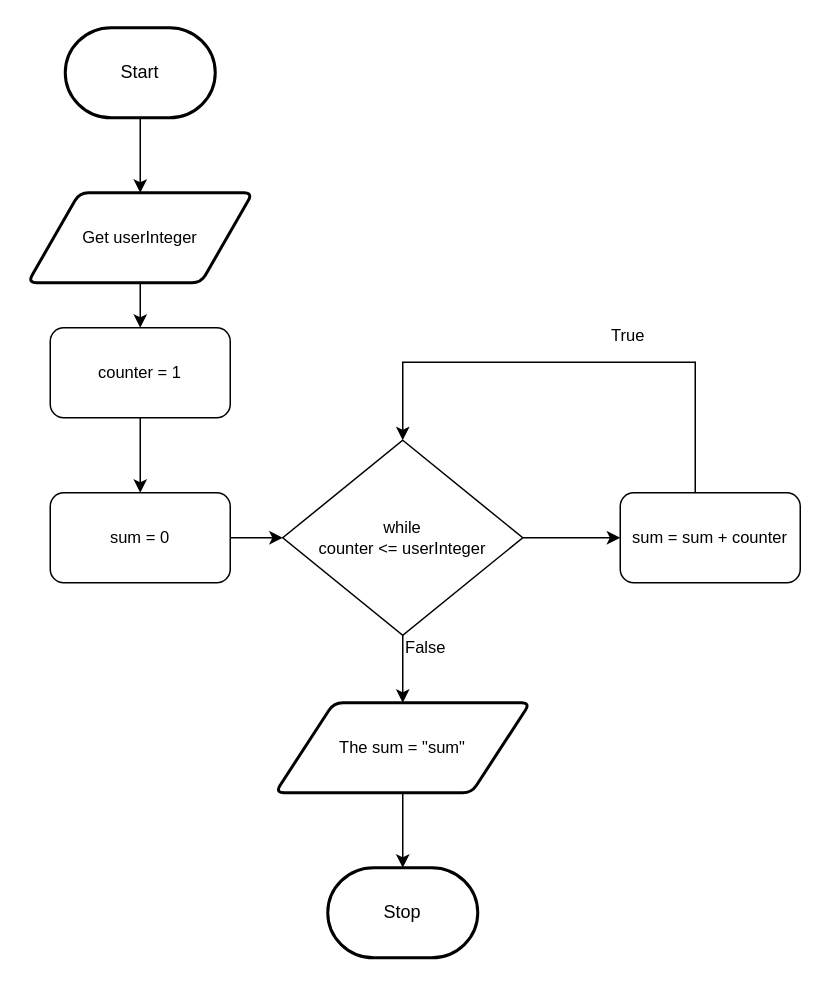
The draw.io diagram design/flowchart.drawio in MTHS-ICD2O-1-2024/ICD2O-Unit-5-07-Olivia-Ten-Den, before the edit. Source tidied: cells renumbered, new cells numbered last; positions are measured from the earlier drawing's top-left corner, leaving out a move shared by most shapes. Both pictures are drawn from the tidied source at 150%, with x=0, y=0 at pixel (27, 27).
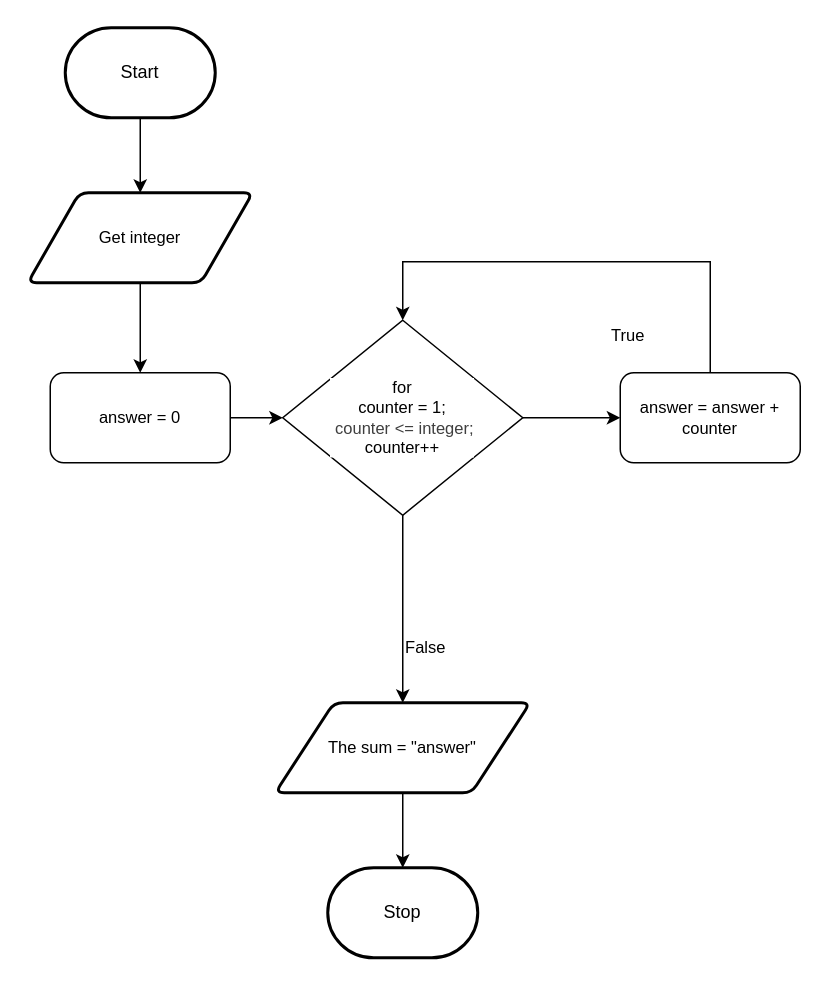
After the change.

Change to the diagram source:
```diff
@@
-    <mxCell id="5" style="edgeStyle=orthogonalEdgeStyle;shape=connector;rounded=0;html=1;strokeColor=default;align=center;verticalAlign=middle;fontFamily=Helvetica;fontSize=11;fontColor=default;labelBackgroundColor=default;endArrow=classic;" parent="1" edge="1" source="6" target="11">
-      <mxGeometry relative="1" as="geometry" />
-    </mxCell>
+    <mxCell id="20" style="edgeStyle=none;html=1;" parent="1" edge="1" source="6" target="13">
+      <mxGeometry relative="1" as="geometry" />
+    </mxCell>
-    <mxCell id="6" value="Get userInteger" style="shape=parallelogram;html=1;strokeWidth=2;perimeter=parallelogramPerimeter;whiteSpace=wrap;rounded=1;arcSize=12;size=0.23;fontFamily=Helvetica;fontSize=11;fontColor=default;labelBackgroundColor=default;" parent="1" vertex="1">
+    <mxCell id="6" value="Get integer" style="shape=parallelogram;html=1;strokeWidth=2;perimeter=parallelogramPerimeter;whiteSpace=wrap;rounded=1;arcSize=12;size=0.23;fontFamily=Helvetica;fontSize=11;fontColor=default;labelBackgroundColor=default;" parent="1" vertex="1">
       <mxGeometry y="110" width="150" height="60" as="geometry" />
     </mxCell>
@@
-    <mxCell id="9" value="while&lt;div&gt;counter &amp;lt;= userInteger&lt;/div&gt;" style="rhombus;whiteSpace=wrap;html=1;fontFamily=Helvetica;fontSize=11;fontColor=default;labelBackgroundColor=default;" parent="1" vertex="1">
-      <mxGeometry x="170" y="275" width="160" height="130" as="geometry" />
+    <mxCell id="9" value="for&lt;div&gt;&lt;font color=&quot;#000000&quot;&gt;counter = 1;&lt;/font&gt;&lt;/div&gt;&lt;div&gt;&lt;font color=&quot;#000000&quot;&gt;&amp;nbsp;&lt;/font&gt;&lt;span style=&quot;color: rgb(63, 63, 63); background-color: light-dark(#ffffff, var(--ge-dark-color, #121212));&quot;&gt;counter &amp;lt;= integer;&lt;/span&gt;&lt;/div&gt;&lt;div&gt;counter++&lt;/div&gt;" style="rhombus;whiteSpace=wrap;html=1;fontFamily=Helvetica;fontSize=11;fontColor=default;labelBackgroundColor=default;" parent="1" vertex="1">
+      <mxGeometry x="170" y="195" width="160" height="130" as="geometry" />
     </mxCell>
-    <mxCell id="10" style="edgeStyle=orthogonalEdgeStyle;shape=connector;rounded=0;html=1;strokeColor=default;align=center;verticalAlign=middle;fontFamily=Helvetica;fontSize=11;fontColor=default;labelBackgroundColor=default;endArrow=classic;" parent="1" edge="1" source="11" target="13">
-      <mxGeometry relative="1" as="geometry" />
-    </mxCell>
-    <mxCell id="11" value="counter = 1" style="rounded=1;whiteSpace=wrap;html=1;fontFamily=Helvetica;fontSize=11;fontColor=default;labelBackgroundColor=default;" parent="1" vertex="1">
-      <mxGeometry x="15" y="200" width="120" height="60" as="geometry" />
-    </mxCell>
@@
-    <mxCell id="13" value="sum = 0" style="rounded=1;whiteSpace=wrap;html=1;fontFamily=Helvetica;fontSize=11;fontColor=default;labelBackgroundColor=default;" parent="1" vertex="1">
-      <mxGeometry x="15" y="310" width="120" height="60" as="geometry" />
+    <mxCell id="13" value="answer = 0" style="rounded=1;whiteSpace=wrap;html=1;fontFamily=Helvetica;fontSize=11;fontColor=default;labelBackgroundColor=default;" parent="1" vertex="1">
+      <mxGeometry x="15" y="230" width="120" height="60" as="geometry" />
     </mxCell>
     <mxCell id="14" style="edgeStyle=orthogonalEdgeStyle;shape=connector;rounded=0;html=1;strokeColor=default;align=center;verticalAlign=middle;fontFamily=Helvetica;fontSize=11;fontColor=default;labelBackgroundColor=default;endArrow=classic;entryX=0.5;entryY=0;entryDx=0;entryDy=0;" parent="1" edge="1" source="15" target="9">
       <mxGeometry relative="1" as="geometry">
         <Array as="points">
-          <mxPoint x="445" y="223" />
-          <mxPoint x="250" y="223" />
+          <mxPoint x="455" y="156" />
+          <mxPoint x="250" y="156" />
         </Array>
       </mxGeometry>
     </mxCell>
-    <mxCell id="15" value="sum = sum + counter" style="rounded=1;whiteSpace=wrap;html=1;fontFamily=Helvetica;fontSize=11;fontColor=default;labelBackgroundColor=default;" parent="1" vertex="1">
-      <mxGeometry x="395" y="310" width="120" height="60" as="geometry" />
+    <mxCell id="15" value="answer = answer + counter" style="rounded=1;whiteSpace=wrap;html=1;fontFamily=Helvetica;fontSize=11;fontColor=default;labelBackgroundColor=default;" parent="1" vertex="1">
+      <mxGeometry x="395" y="230" width="120" height="60" as="geometry" />
     </mxCell>
@@
-    <mxCell id="18" value="The sum = &quot;sum&quot;" style="shape=parallelogram;html=1;strokeWidth=2;perimeter=parallelogramPerimeter;whiteSpace=wrap;rounded=1;arcSize=12;size=0.23;fontFamily=Helvetica;fontSize=11;fontColor=default;labelBackgroundColor=default;" parent="1" vertex="1">
+    <mxCell id="18" value="The sum = &quot;answer&quot;" style="shape=parallelogram;html=1;strokeWidth=2;perimeter=parallelogramPerimeter;whiteSpace=wrap;rounded=1;arcSize=12;size=0.23;fontFamily=Helvetica;fontSize=11;fontColor=default;labelBackgroundColor=default;" parent="1" vertex="1">
       <mxGeometry x="165" y="450" width="170" height="60" as="geometry" />
     </mxCell>
```
